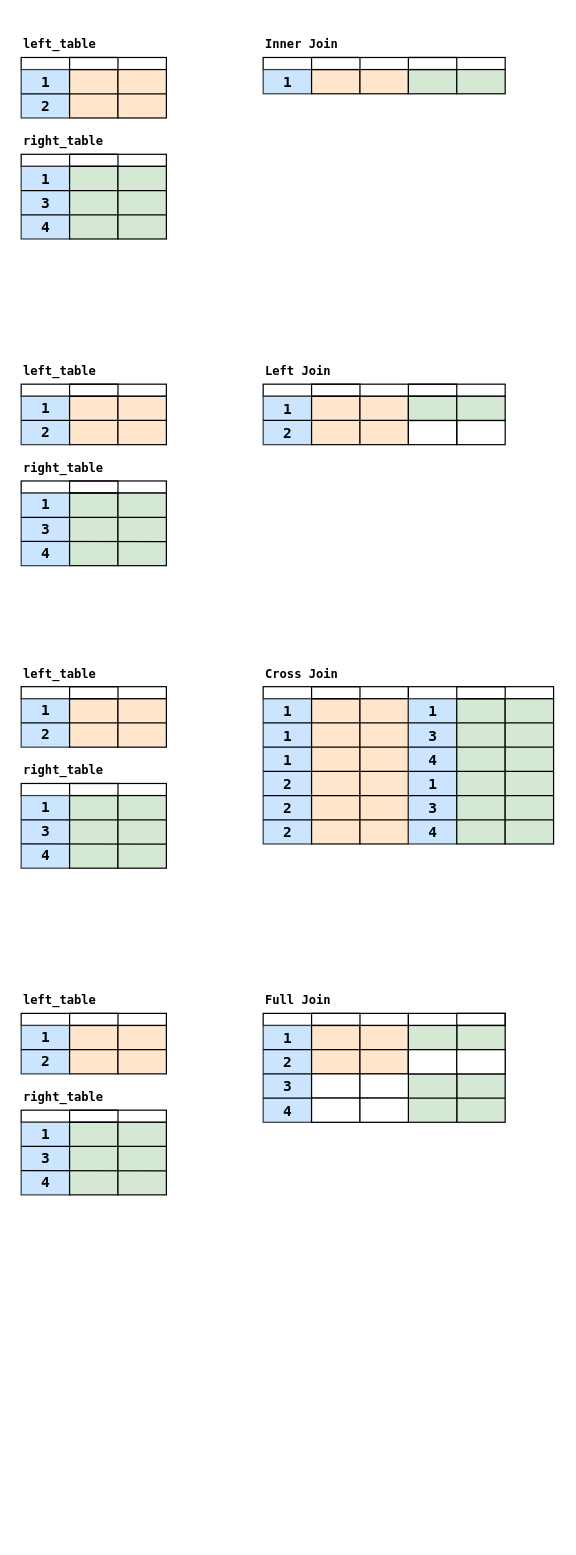
Before: docs/documentation-diagrams-source.drawio in mabel-dev/opteryx, a draw.io diagram. Source tidied: cells renumbered, new cells numbered last; positions are measured from the earlier drawing's top-left corner, leaving out a move shared by most shapes. Both pictures are drawn from the tidied source at 121%, with x=0, y=0 at pixel (21, 21).
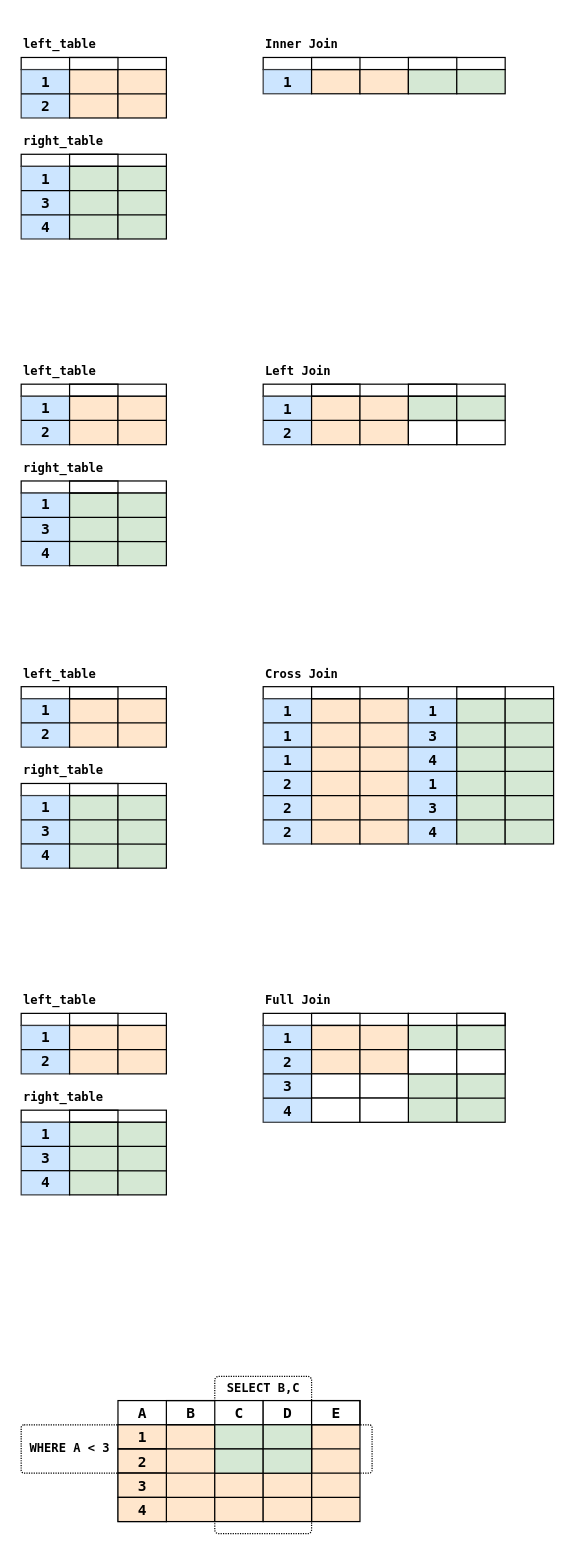
The same diagram, later.

What changed in the source:
```diff
@@
+    <mxCell id="157" style="rounded=1;whiteSpace=wrap;html=1;strokeColor=#000000;fillColor=none;arcSize=6;dashed=1;dashPattern=1 1;" parent="1" vertex="1">
+      <mxGeometry y="1160" width="290" height="40" as="geometry" />
+    </mxCell>
+    <mxCell id="158" style="rounded=1;whiteSpace=wrap;html=1;strokeColor=#000000;fillColor=none;arcSize=4;dashed=1;dashPattern=1 1;" parent="1" vertex="1">
+      <mxGeometry x="160" y="1120" width="80" height="130" as="geometry" />
+    </mxCell>
@@
+    <mxCell id="159" style="rounded=0;whiteSpace=wrap;html=1;fontFamily=Lucida Console;fontSize=6;strokeColor=#000000;strokeWidth=1;fillColor=default;gradientColor=none;" parent="1" vertex="1">
+      <mxGeometry x="80" y="1140" width="120" height="20" as="geometry" />
+    </mxCell>
+    <mxCell id="160" style="rounded=0;whiteSpace=wrap;html=1;fontFamily=Lucida Console;fontSize=6;strokeColor=#36393d;strokeWidth=1;fillColor=#cce5ff;" parent="1" vertex="1">
+      <mxGeometry x="80" y="1160" width="40" height="80" as="geometry" />
+    </mxCell>
+    <mxCell id="161" style="rounded=0;whiteSpace=wrap;html=1;fontFamily=Lucida Console;fontSize=6;strokeColor=#000000;strokeWidth=1;fillColor=#ffe6cc;" parent="1" vertex="1">
+      <mxGeometry x="120" y="1160" width="40" height="80" as="geometry" />
+    </mxCell>
+    <mxCell id="162" style="rounded=0;whiteSpace=wrap;html=1;fontFamily=Lucida Console;fontSize=6;strokeColor=#000000;strokeWidth=1;fillColor=#FFE6CC;" parent="1" vertex="1">
+      <mxGeometry x="160" y="1160" width="40" height="80" as="geometry" />
+    </mxCell>
+    <mxCell id="163" value="1" style="text;strokeColor=#000000;fillColor=#ffe6cc;html=1;fontSize=12;fontStyle=1;verticalAlign=bottom;align=center;fontFamily=Lucida Console;" parent="1" vertex="1">
+      <mxGeometry x="80" y="1160" width="40" height="20" as="geometry" />
+    </mxCell>
+    <mxCell id="164" style="rounded=0;whiteSpace=wrap;html=1;fontFamily=Lucida Console;fontSize=6;strokeColor=#000000;strokeWidth=1;fillColor=none;" parent="1" vertex="1">
+      <mxGeometry x="120" y="1140" width="40" height="20" as="geometry" />
+    </mxCell>
+    <mxCell id="165" value="2" style="text;strokeColor=#000000;fillColor=#ffe6cc;html=1;fontSize=12;fontStyle=1;verticalAlign=bottom;align=center;fontFamily=Lucida Console;" parent="1" vertex="1">
+      <mxGeometry x="80" y="1180" width="40" height="20" as="geometry" />
+    </mxCell>
+    <mxCell id="166" style="rounded=0;whiteSpace=wrap;html=1;fontFamily=Lucida Console;fontSize=6;strokeColor=#000000;strokeWidth=1;fillColor=default;gradientColor=none;" parent="1" vertex="1">
+      <mxGeometry x="200" y="1140" width="80" height="20" as="geometry" />
+    </mxCell>
+    <mxCell id="167" style="rounded=0;whiteSpace=wrap;html=1;fontFamily=Lucida Console;fontSize=6;strokeColor=#000000;strokeWidth=1;fillColor=#ffe6cc;" parent="1" vertex="1">
+      <mxGeometry x="240" y="1160" width="40" height="80" as="geometry" />
+    </mxCell>
+    <mxCell id="168" style="rounded=0;whiteSpace=wrap;html=1;fontFamily=Lucida Console;fontSize=6;strokeColor=#000000;strokeWidth=1;fillColor=#ffe6cc;" parent="1" vertex="1">
+      <mxGeometry x="200" y="1160" width="40" height="80" as="geometry" />
+    </mxCell>
+    <mxCell id="169" style="endArrow=none;html=1;rounded=0;fontFamily=Lucida Console;fontSize=6;startArrow=none;" parent="1" edge="1">
+      <mxGeometry relative="1" as="geometry">
+        <mxPoint x="80" y="1200" as="sourcePoint" />
+        <mxPoint x="280" y="1200" as="targetPoint" />
+      </mxGeometry>
+    </mxCell>
+    <mxCell id="170" style="endArrow=none;html=1;rounded=0;fontFamily=Lucida Console;fontSize=6;startArrow=none;" parent="1" edge="1">
+      <mxGeometry relative="1" as="geometry">
+        <mxPoint x="80" y="1220" as="sourcePoint" />
+        <mxPoint x="280" y="1220" as="targetPoint" />
+      </mxGeometry>
+    </mxCell>
+    <mxCell id="171" style="endArrow=none;html=1;rounded=0;fontFamily=Lucida Console;fontSize=6;startArrow=none;" parent="1" edge="1">
+      <mxGeometry relative="1" as="geometry">
+        <mxPoint x="80" y="1180" as="sourcePoint" />
+        <mxPoint x="280" y="1180" as="targetPoint" />
+      </mxGeometry>
+    </mxCell>
+    <mxCell id="172" value="3" style="text;strokeColor=#000000;fillColor=#ffe6cc;html=1;fontSize=12;fontStyle=1;verticalAlign=bottom;align=center;fontFamily=Lucida Console;" parent="1" vertex="1">
+      <mxGeometry x="80" y="1200" width="40" height="20" as="geometry" />
+    </mxCell>
+    <mxCell id="173" value="&amp;nbsp;" style="text;strokeColor=#000000;fillColor=#d5e8d4;html=1;fontSize=12;fontStyle=1;verticalAlign=bottom;align=center;fontFamily=Lucida Console;" parent="1" vertex="1">
+      <mxGeometry x="160" y="1160" width="40" height="20" as="geometry" />
+    </mxCell>
+    <mxCell id="174" style="rounded=0;whiteSpace=wrap;html=1;fontFamily=Lucida Console;fontSize=6;strokeColor=#000000;strokeWidth=1;fillColor=none;" parent="1" vertex="1">
+      <mxGeometry x="240" y="1140" width="40" height="20" as="geometry" />
+    </mxCell>
+    <mxCell id="175" value="B" style="text;strokeColor=none;fillColor=none;html=1;fontSize=12;fontStyle=1;verticalAlign=bottom;align=center;fontFamily=Lucida Console;" parent="1" vertex="1">
+      <mxGeometry x="120" y="1140" width="40" height="20" as="geometry" />
+    </mxCell>
+    <mxCell id="176" value="C" style="text;strokeColor=none;fillColor=none;html=1;fontSize=12;fontStyle=1;verticalAlign=bottom;align=center;fontFamily=Lucida Console;" parent="1" vertex="1">
+      <mxGeometry x="160" y="1140" width="40" height="20" as="geometry" />
+    </mxCell>
+    <mxCell id="177" value="D" style="text;strokeColor=none;fillColor=none;html=1;fontSize=12;fontStyle=1;verticalAlign=bottom;align=center;fontFamily=Lucida Console;" parent="1" vertex="1">
+      <mxGeometry x="200" y="1140" width="40" height="20" as="geometry" />
+    </mxCell>
+    <mxCell id="178" value="E" style="text;strokeColor=none;fillColor=none;html=1;fontSize=12;fontStyle=1;verticalAlign=bottom;align=center;fontFamily=Lucida Console;" parent="1" vertex="1">
+      <mxGeometry x="240" y="1140" width="40" height="20" as="geometry" />
+    </mxCell>
+    <mxCell id="179" value="4" style="text;strokeColor=#000000;fillColor=#ffe6cc;html=1;fontSize=12;fontStyle=1;verticalAlign=bottom;align=center;fontFamily=Lucida Console;" parent="1" vertex="1">
+      <mxGeometry x="80" y="1220" width="40" height="20" as="geometry" />
+    </mxCell>
+    <mxCell id="180" value="&amp;nbsp;" style="text;strokeColor=#000000;fillColor=#d5e8d4;html=1;fontSize=12;fontStyle=1;verticalAlign=bottom;align=center;fontFamily=Lucida Console;" parent="1" vertex="1">
+      <mxGeometry x="160" y="1180" width="40" height="20" as="geometry" />
+    </mxCell>
+    <mxCell id="181" value="&lt;font style=&quot;font-size: 10px;&quot;&gt;SELECT B,C&lt;/font&gt;" style="text;strokeColor=none;fillColor=none;html=1;fontSize=24;fontStyle=1;verticalAlign=middle;align=center;fontFamily=Lucida Console;" parent="1" vertex="1">
+      <mxGeometry x="160" y="1120" width="80" height="10" as="geometry" />
+    </mxCell>
+    <mxCell id="182" value="&amp;nbsp;" style="text;strokeColor=#000000;fillColor=#d5e8d4;html=1;fontSize=12;fontStyle=1;verticalAlign=bottom;align=center;fontFamily=Lucida Console;" parent="1" vertex="1">
+      <mxGeometry x="200" y="1160" width="40" height="20" as="geometry" />
+    </mxCell>
+    <mxCell id="183" value="&amp;nbsp;" style="text;strokeColor=#000000;fillColor=#d5e8d4;html=1;fontSize=12;fontStyle=1;verticalAlign=bottom;align=center;fontFamily=Lucida Console;" parent="1" vertex="1">
+      <mxGeometry x="200" y="1180" width="40" height="20" as="geometry" />
+    </mxCell>
+    <mxCell id="184" value="&lt;font style=&quot;font-size: 10px; line-height: 0.7;&quot;&gt;WHERE A &amp;lt; 3&lt;/font&gt;" style="text;strokeColor=none;fillColor=none;html=1;fontSize=24;fontStyle=1;verticalAlign=middle;align=center;fontFamily=Lucida Console;rounded=0;arcSize=0;" parent="1" vertex="1">
+      <mxGeometry y="1160" width="80" height="30" as="geometry" />
+    </mxCell>
+    <mxCell id="185" value="A" style="text;strokeColor=none;fillColor=none;html=1;fontSize=12;fontStyle=1;verticalAlign=bottom;align=center;fontFamily=Lucida Console;" parent="1" vertex="1">
+      <mxGeometry x="80" y="1140" width="40" height="20" as="geometry" />
+    </mxCell>
```
